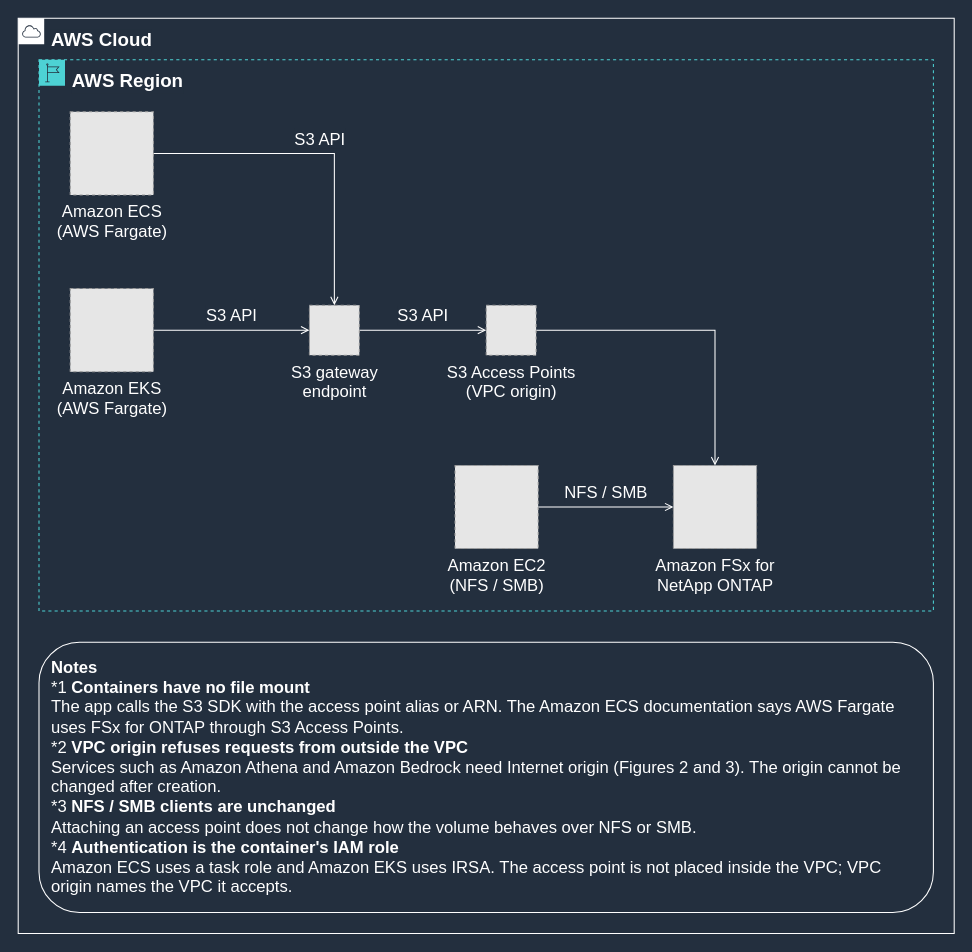
This is docs/_assets/diagrams/s3ap-container-overview-en-dark.drawio from Yoshiki0705/FSx-for-ONTAP-Container-Datastore-Patterns, a draw.io file, before an edit. Source tidied: cells renumbered, new cells numbered last; positions are measured from the earlier drawing's top-left corner, leaving out a move shared by most shapes. Both pictures are drawn from the tidied source at 104%, with x=0, y=0 at pixel (18, 18). Pictures stored in the file or linked from it are replaced by grey dashed boxes.
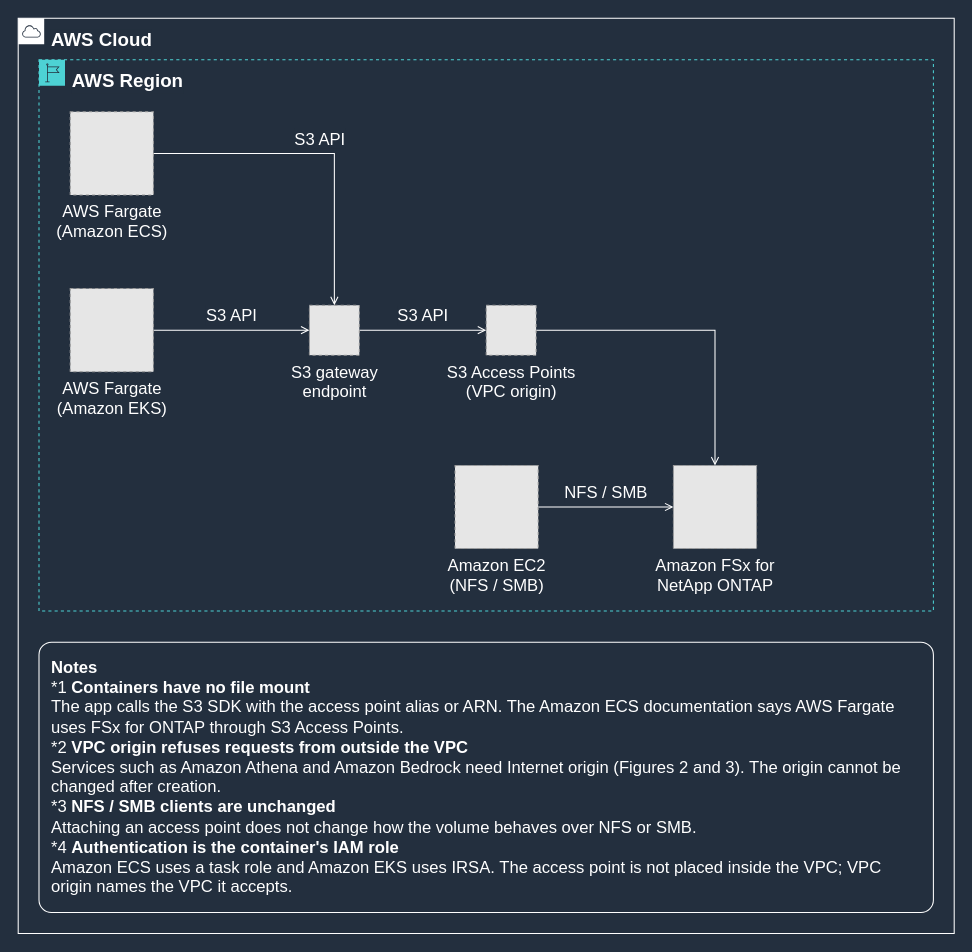
The same page after the edit.

What changed in the source:
```diff
@@
 <mxGraphModel background="#232F3E">
   <root>
     <mxCell id="0" />
     <mxCell id="1" parent="0" />
     <mxCell id="2" value="S3 API" style="edgeStyle=orthogonalEdgeStyle;rounded=0;html=1;endArrow=open;endFill=0;strokeColor=#FFFFFF;strokeWidth=1;fontSize=16;fontColor=#FFFFFF;labelBackgroundColor=#232F3E;exitX=1.0;exitY=0.5;exitDx=0;exitDy=0;entryX=0.5;entryY=0.0;entryDx=0;entryDy=0;" parent="1" edge="1" source="10" target="12">
       <mxGeometry relative="1" as="geometry">
         <mxPoint y="-14" as="offset" />
       </mxGeometry>
     </mxCell>
     <mxCell id="3" value="S3 API" style="edgeStyle=orthogonalEdgeStyle;rounded=0;html=1;endArrow=open;endFill=0;strokeColor=#FFFFFF;strokeWidth=1;fontSize=16;fontColor=#FFFFFF;labelBackgroundColor=#232F3E;exitX=1.0;exitY=0.5;exitDx=0;exitDy=0;entryX=0.0;entryY=0.5;entryDx=0;entryDy=0;" parent="1" edge="1" source="11" target="12">
       <mxGeometry relative="1" as="geometry">
         <mxPoint y="-14" as="offset" />
       </mxGeometry>
     </mxCell>
     <mxCell id="4" value="S3 API" style="edgeStyle=orthogonalEdgeStyle;rounded=0;html=1;endArrow=open;endFill=0;strokeColor=#FFFFFF;strokeWidth=1;fontSize=16;fontColor=#FFFFFF;labelBackgroundColor=#232F3E;exitX=1.0;exitY=0.5;exitDx=0;exitDy=0;entryX=0.0;entryY=0.5;entryDx=0;entryDy=0;" parent="1" edge="1" source="12" target="13">
       <mxGeometry relative="1" as="geometry">
         <mxPoint y="-14" as="offset" />
       </mxGeometry>
     </mxCell>
     <mxCell id="5" style="edgeStyle=orthogonalEdgeStyle;rounded=0;html=1;endArrow=open;endFill=0;strokeColor=#FFFFFF;strokeWidth=1;fontSize=16;fontColor=#FFFFFF;labelBackgroundColor=#232F3E;exitX=1.0;exitY=0.5;exitDx=0;exitDy=0;entryX=0.5;entryY=0.0;entryDx=0;entryDy=0;" parent="1" edge="1" source="13" target="14">
       <mxGeometry relative="1" as="geometry" />
     </mxCell>
     <mxCell id="6" value="NFS / SMB" style="edgeStyle=orthogonalEdgeStyle;rounded=0;html=1;endArrow=open;endFill=0;strokeColor=#FFFFFF;strokeWidth=1;fontSize=16;fontColor=#FFFFFF;labelBackgroundColor=#232F3E;exitX=1.0;exitY=0.5;exitDx=0;exitDy=0;entryX=0.0;entryY=0.5;entryDx=0;entryDy=0;" parent="1" edge="1" source="15" target="14">
       <mxGeometry relative="1" as="geometry">
         <mxPoint y="-14" as="offset" />
       </mxGeometry>
     </mxCell>
     <mxCell id="7" value="AWS Cloud" style="gradientColor=none;html=1;whiteSpace=wrap;fontSize=18;fontStyle=1;fontColor=#FFFFFF;shape=mxgraph.aws4.group;grIcon=mxgraph.aws4.group_aws_cloud;strokeColor=#FFFFFF;fillColor=none;verticalAlign=top;align=left;spacingLeft=30;spacingTop=4;dashed=0;labelBackgroundColor=#232F3E;" parent="1" vertex="1">
       <mxGeometry width="900" height="880" as="geometry" />
     </mxCell>
     <mxCell id="8" value="AWS Region" style="gradientColor=none;html=1;whiteSpace=wrap;fontSize=18;fontStyle=1;fontColor=#FFFFFF;shape=mxgraph.aws4.group;grIcon=mxgraph.aws4.group_region;strokeColor=#4DD2D4;fillColor=none;verticalAlign=top;align=left;spacingLeft=30;spacingTop=4;dashed=1;labelBackgroundColor=#232F3E;" parent="1" vertex="1">
       <mxGeometry x="20" y="40" width="860" height="530" as="geometry" />
     </mxCell>
-    <mxCell id="9" value="&lt;b&gt;Notes&lt;/b&gt;&lt;br&gt;*1 &lt;b&gt;Containers have no file mount&lt;/b&gt;&lt;br&gt;The app calls the S3 SDK with the access point alias or ARN. The Amazon ECS documentation says AWS Fargate uses FSx for ONTAP through S3 Access Points.&lt;br&gt;*2 &lt;b&gt;VPC origin refuses requests from outside the VPC&lt;/b&gt;&lt;br&gt;Services such as Amazon Athena and Amazon Bedrock need Internet origin (Figures 2 and 3). The origin cannot be changed after creation.&lt;br&gt;*3 &lt;b&gt;NFS / SMB clients are unchanged&lt;/b&gt;&lt;br&gt;Attaching an access point does not change how the volume behaves over NFS or SMB.&lt;br&gt;*4 &lt;b&gt;Authentication is the container's IAM role&lt;/b&gt;&lt;br&gt;Amazon ECS uses a task role and Amazon EKS uses IRSA. The access point is not placed inside the VPC; VPC origin names the VPC it accepts." style="rounded=1;whiteSpace=wrap;html=1;strokeColor=#FFFFFF;fillColor=none;fontColor=#FFFFFF;fontSize=16;verticalAlign=top;align=left;spacingLeft=10;spacingRight=10;spacingTop=8;" parent="1" vertex="1">
+    <mxCell id="9" value="&lt;b&gt;Notes&lt;/b&gt;&lt;br&gt;*1 &lt;b&gt;Containers have no file mount&lt;/b&gt;&lt;br&gt;The app calls the S3 SDK with the access point alias or ARN. The Amazon ECS documentation says AWS Fargate uses FSx for ONTAP through S3 Access Points.&lt;br&gt;*2 &lt;b&gt;VPC origin refuses requests from outside the VPC&lt;/b&gt;&lt;br&gt;Services such as Amazon Athena and Amazon Bedrock need Internet origin (Figures 2 and 3). The origin cannot be changed after creation.&lt;br&gt;*3 &lt;b&gt;NFS / SMB clients are unchanged&lt;/b&gt;&lt;br&gt;Attaching an access point does not change how the volume behaves over NFS or SMB.&lt;br&gt;*4 &lt;b&gt;Authentication is the container's IAM role&lt;/b&gt;&lt;br&gt;Amazon ECS uses a task role and Amazon EKS uses IRSA. The access point is not placed inside the VPC; VPC origin names the VPC it accepts." style="rounded=1;absoluteArcSize=1;arcSize=24;whiteSpace=wrap;html=1;strokeColor=#FFFFFF;fillColor=none;fontColor=#FFFFFF;fontSize=16;verticalAlign=top;align=left;spacingLeft=10;spacingRight=10;spacingTop=8;" parent="1" vertex="1">
       <mxGeometry x="20" y="600" width="860" height="260" as="geometry" />
     </mxCell>
-    <mxCell id="10" value="Amazon ECS&lt;br&gt;(AWS Fargate)" style="fillColor=#E6E6E6;strokeColor=#999999;dashed=1;html=1;verticalLabelPosition=bottom;verticalAlign=top;labelPosition=center;align=center;fontSize=16;fontColor=#FFFFFF;" parent="1" vertex="1">
+    <mxCell id="10" value="AWS Fargate&lt;br&gt;(Amazon ECS)" style="fillColor=#E6E6E6;strokeColor=#999999;dashed=1;html=1;verticalLabelPosition=bottom;verticalAlign=top;labelPosition=center;align=center;fontSize=16;fontColor=#FFFFFF;" parent="1" vertex="1">
       <mxGeometry x="50" y="90" width="80" height="80" as="geometry" />
     </mxCell>
-    <mxCell id="11" value="Amazon EKS&lt;br&gt;(AWS Fargate)" style="fillColor=#E6E6E6;strokeColor=#999999;dashed=1;html=1;verticalLabelPosition=bottom;verticalAlign=top;labelPosition=center;align=center;fontSize=16;fontColor=#FFFFFF;" parent="1" vertex="1">
+    <mxCell id="11" value="AWS Fargate&lt;br&gt;(Amazon EKS)" style="fillColor=#E6E6E6;strokeColor=#999999;dashed=1;html=1;verticalLabelPosition=bottom;verticalAlign=top;labelPosition=center;align=center;fontSize=16;fontColor=#FFFFFF;" parent="1" vertex="1">
       <mxGeometry x="50" y="260" width="80" height="80" as="geometry" />
     </mxCell>
     <mxCell id="12" value="S3 gateway&lt;br&gt;endpoint" style="fillColor=#E6E6E6;strokeColor=#999999;dashed=1;html=1;verticalLabelPosition=bottom;verticalAlign=top;labelPosition=center;align=center;fontSize=16;fontColor=#FFFFFF;" parent="1" vertex="1">
       <mxGeometry x="280" y="276" width="48" height="48" as="geometry" />
     </mxCell>
     <mxCell id="13" value="S3 Access Points&lt;br&gt;(VPC origin)" style="fillColor=#E6E6E6;strokeColor=#999999;dashed=1;html=1;verticalLabelPosition=bottom;verticalAlign=top;labelPosition=center;align=center;fontSize=16;fontColor=#FFFFFF;" parent="1" vertex="1">
       <mxGeometry x="450" y="276" width="48" height="48" as="geometry" />
     </mxCell>
     <mxCell id="14" value="Amazon FSx for&lt;br&gt;NetApp ONTAP" style="fillColor=#E6E6E6;strokeColor=#999999;dashed=1;html=1;verticalLabelPosition=bottom;verticalAlign=top;labelPosition=center;align=center;fontSize=16;fontColor=#FFFFFF;" parent="1" vertex="1">
       <mxGeometry x="630" y="430" width="80" height="80" as="geometry" />
     </mxCell>
     <mxCell id="15" value="Amazon EC2&lt;br&gt;(NFS / SMB)" style="fillColor=#E6E6E6;strokeColor=#999999;dashed=1;html=1;verticalLabelPosition=bottom;verticalAlign=top;labelPosition=center;align=center;fontSize=16;fontColor=#FFFFFF;" parent="1" vertex="1">
       <mxGeometry x="420" y="430" width="80" height="80" as="geometry" />
     </mxCell>
   </root>
 </mxGraphModel>
```
